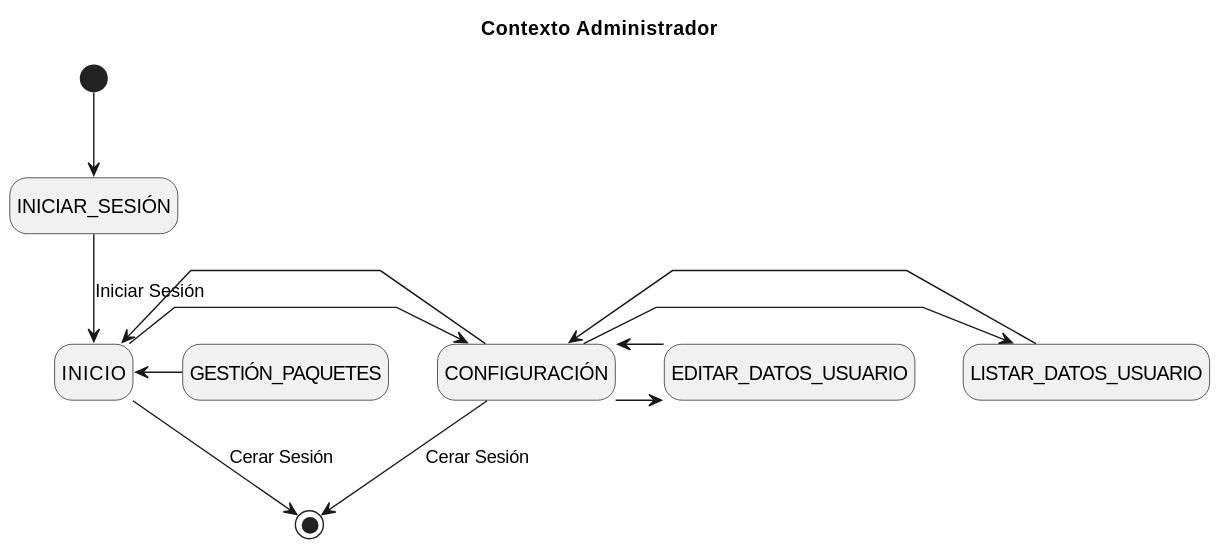
Above: Caso_de_Uso/Contexto/Administrador/Configuracion/Contexto.svg in mmasias/23-24-IdSw1-SDR (PlantUML), before the change.
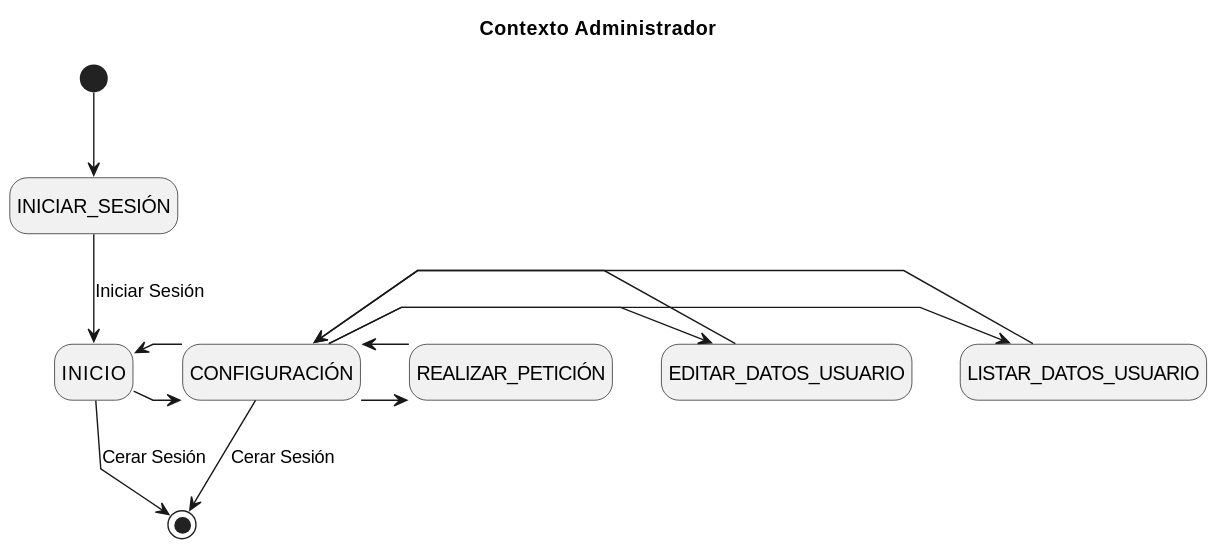
Above is the later version.

Commit message:
Add "REALIZAR_PETICIÓN" functionality to CONFIGURACIÓN in Contexto.puml files

The edit, as a diff of the source:
```diff
@@ -12,7 +12,6 @@
 [*] --> INICIAR_SESIÓN
 INICIAR_SESIÓN --> INICIO : Iniciar Sesión
 
-INICIO <- GESTIÓN_PAQUETES
 INICIO -> CONFIGURACIÓN
 INICIO <- CONFIGURACIÓN
 
@@ -20,7 +19,8 @@
 CONFIGURACIÓN <- LISTAR_DATOS_USUARIO
 CONFIGURACIÓN -> EDITAR_DATOS_USUARIO
 CONFIGURACIÓN <- EDITAR_DATOS_USUARIO
-
+CONFIGURACIÓN -> REALIZAR_PETICIÓN
+CONFIGURACIÓN <- REALIZAR_PETICIÓN
 
 INICIO --> [*] : Cerar Sesión
 CONFIGURACIÓN --> [*] : Cerar Sesión
```
